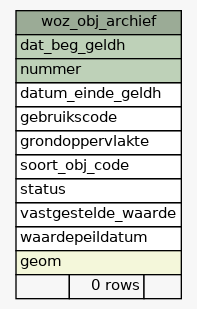
Earlier version of the Graphviz export datamodel/schemaspy/diagrams/summary/woz_obj_archief.1degree.png (B3Partners/brmo). Its source is kept beside it as datamodel/schemaspy/diagrams/summary/woz_obj_archief.1degree.dot.
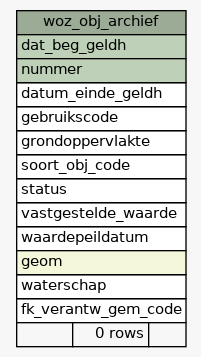
The same file after the commit.

Change to the diagram source:
```diff
@@ -29,6 +29,8 @@
       <TR><TD PORT="vastgestelde_waarde" COLSPAN="3" ALIGN="LEFT">vastgestelde_waarde</TD></TR>
       <TR><TD PORT="waardepeildatum" COLSPAN="3" ALIGN="LEFT">waardepeildatum</TD></TR>
       <TR><TD PORT="geom" COLSPAN="3" BGCOLOR="#f4f7da" ALIGN="LEFT">geom</TD></TR>
+      <TR><TD PORT="waterschap" COLSPAN="3" ALIGN="LEFT">waterschap</TD></TR>
+      <TR><TD PORT="fk_verantw_gem_code" COLSPAN="3" ALIGN="LEFT">fk_verantw_gem_code</TD></TR>
       <TR><TD ALIGN="LEFT" BGCOLOR="#f7f7f7">  </TD><TD ALIGN="RIGHT" BGCOLOR="#f7f7f7">0 rows</TD><TD ALIGN="RIGHT" BGCOLOR="#f7f7f7">  </TD></TR>
     </TABLE>>
     URL="tables/woz_obj_archief.html"
```
